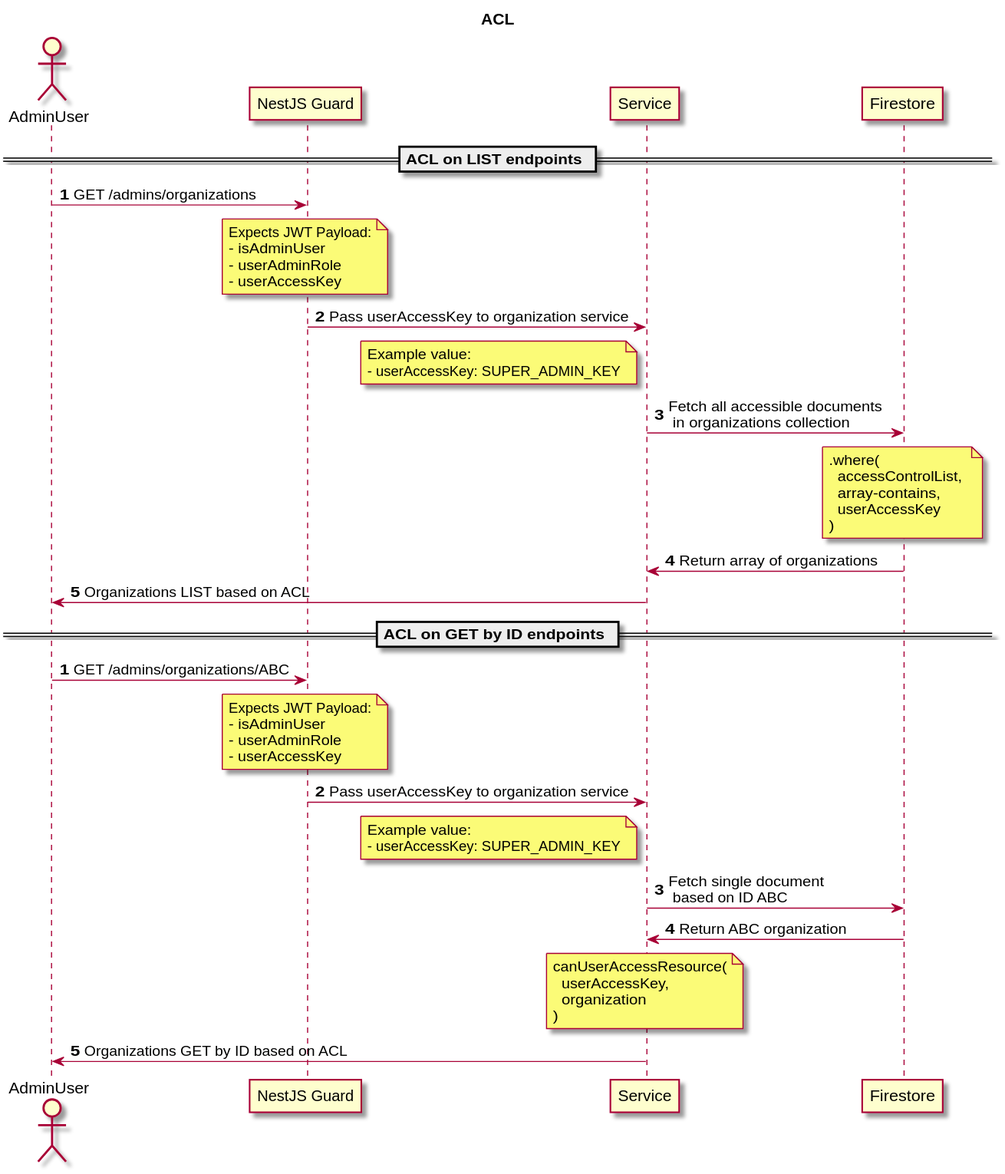
Above: docs/ACL.svg in mamori-i-japan/mamori-i-japan-api (PlantUML), before the change.
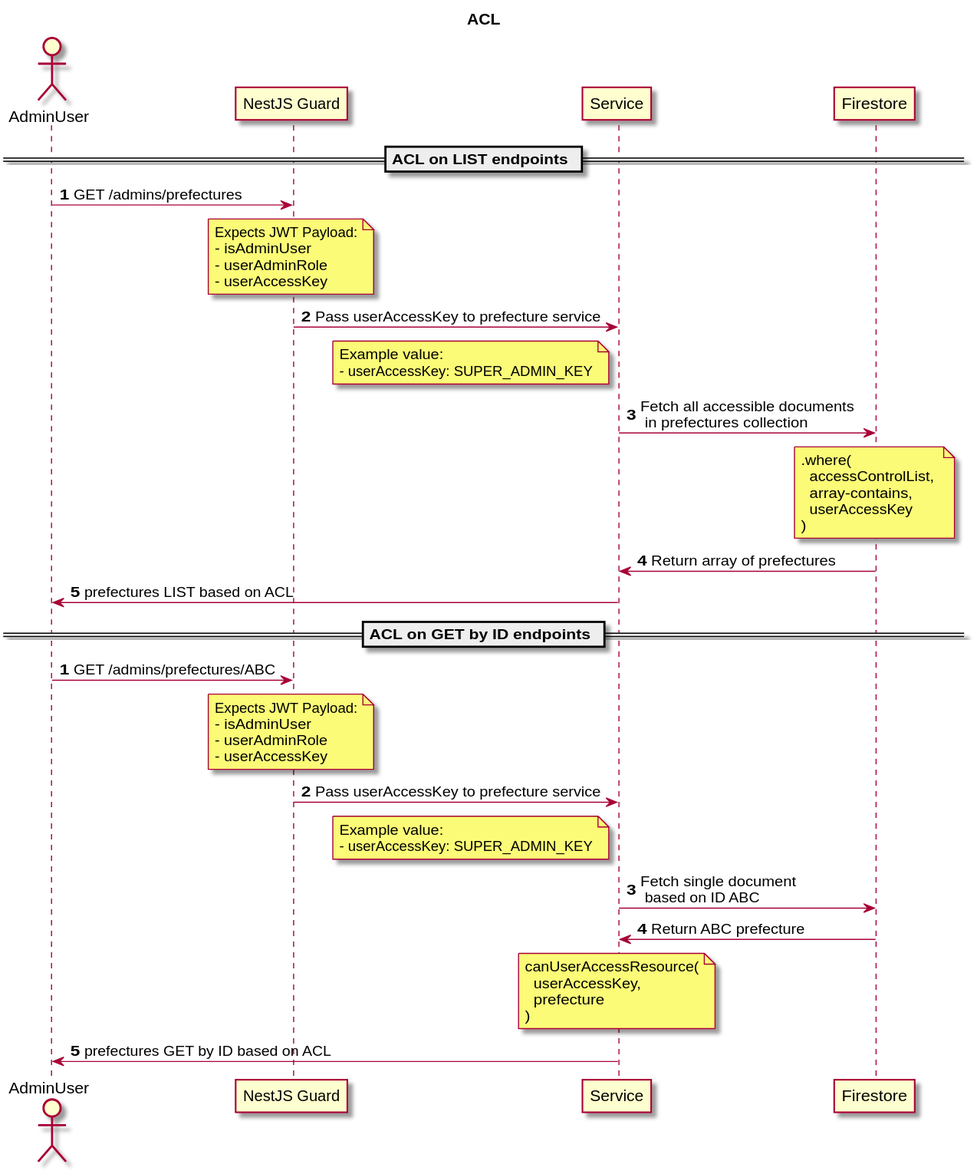
After the commit.

Commit message:
:construction: Update ACL flow SVG

Diff of the diagram source:
```diff
@@ -6,7 +6,7 @@
 autonumber 1
 
 actor AdminUser
-AdminUser  -> "NestJS Guard": GET /admins/organizations
+AdminUser  -> "NestJS Guard": GET /admins/prefectures
 note over "NestJS Guard"
 Expects JWT Payload:
 - isAdminUser
@@ -14,13 +14,13 @@
 - userAccessKey
 end note
 
-"NestJS Guard" -> "Service":  Pass userAccessKey to organization service
+"NestJS Guard" -> "Service":  Pass userAccessKey to prefecture service
 note left "Service"
 Example value:
 - userAccessKey: SUPER_ADMIN_KEY
 end note
 
-"Service" -> "Firestore": Fetch all accessible documents \n in organizations collection
+"Service" -> "Firestore": Fetch all accessible documents \n in prefectures collection
 note over "Firestore"
 .where(
   accessControlList,
@@ -29,15 +29,15 @@
 )
 end note
 
-"Firestore" -> "Service": Return array of organizations
+"Firestore" -> "Service": Return array of prefectures
 
-"Service" -> "AdminUser": Organizations LIST based on ACL
+"Service" -> "AdminUser": prefectures LIST based on ACL
 
 
 == ACL on GET by ID endpoints ==
 autonumber 1
 
-AdminUser  -> "NestJS Guard": GET /admins/organizations/ABC
+AdminUser  -> "NestJS Guard": GET /admins/prefectures/ABC
 note over "NestJS Guard"
 Expects JWT Payload:
 - isAdminUser
@@ -45,7 +45,7 @@
 - userAccessKey
 end note
 
-"NestJS Guard" -> "Service":  Pass userAccessKey to organization service
+"NestJS Guard" -> "Service":  Pass userAccessKey to prefecture service
 note left "Service"
 Example value:
 - userAccessKey: SUPER_ADMIN_KEY
@@ -53,14 +53,14 @@
 
 "Service" -> "Firestore": Fetch single document \n based on ID ABC
 
-"Firestore" -> "Service": Return ABC organization
+"Firestore" -> "Service": Return ABC prefecture
 note over "Service"
 canUserAccessResource(
   userAccessKey,
-  organization
+  prefecture
 )
 end note
 
-"Service" -> "AdminUser": Organizations GET by ID based on ACL
+"Service" -> "AdminUser": prefectures GET by ID based on ACL
 
 @enduml
```
